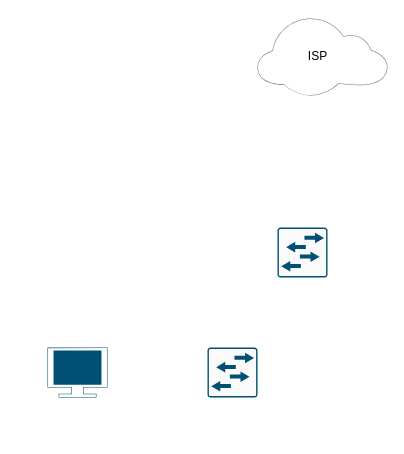
flypaper86/GB_Python_HomeWork keeps this draw.io diagram as HW2.drawio. Above is the earlier version. Source tidied: cells renumbered, new cells numbered last; positions are measured from the earlier drawing's top-left corner, leaving out a move shared by most shapes. Both pictures are drawn from the tidied source at 100%, with x=0, y=0 at pixel (47, 17).
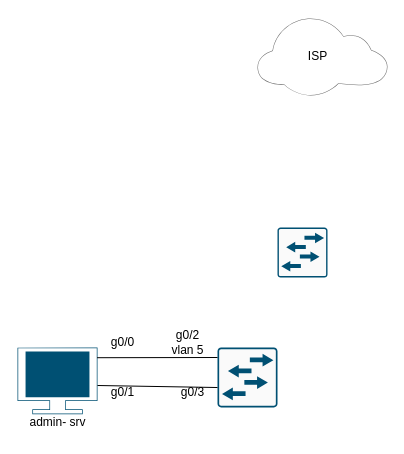
The same diagram, later.

What changed in the source:
```diff
@@
 <mxGraphModel>
   <root>
     <mxCell id="0" />
     <mxCell id="1" parent="0" />
     <mxCell id="2" style="sketch=0;verticalLabelPosition=bottom;html=1;verticalAlign=top;align=center;shape=mxgraph.cisco19.rect;prIcon=l2_switch;fillColor=#FAFAFA;strokeColor=#005073;" parent="1" vertex="1">
       <mxGeometry x="230" y="210" width="50" height="50" as="geometry" />
     </mxCell>
     <mxCell id="3" style="sketch=0;points=[[0.015,0.015,0],[0.985,0.015,0],[0.985,0.985,0],[0.015,0.985,0],[0.25,0,0],[0.5,0,0],[0.75,0,0],[1,0.25,0],[1,0.5,0],[1,0.75,0],[0.75,1,0],[0.5,1,0],[0.25,1,0],[0,0.75,0],[0,0.5,0],[0,0.25,0]];verticalLabelPosition=bottom;html=1;verticalAlign=top;align=center;shape=mxgraph.cisco19.rect;prIcon=l2_switch;fillColor=#FAFAFA;strokeColor=#005073;" parent="1" vertex="1">
-      <mxGeometry x="160" y="330" width="50" height="50" as="geometry" />
+      <mxGeometry x="170" y="330" width="60" height="60" as="geometry" />
     </mxCell>
     <mxCell id="4" style="points=[[0,0,0],[0.25,0,0],[0.5,0,0],[0.75,0,0],[1,0,0],[1,0.4,0],[1,0.8,0],[0.815,1,0],[0.5,1,0],[0.185,1,0],[0,0.8,0],[0,0.4,0]];verticalLabelPosition=bottom;sketch=0;html=1;verticalAlign=top;align=center;shape=mxgraph.cisco19.hdtv;fillColor=#005073;strokeColor=none;" parent="1" vertex="1">
-      <mxGeometry y="330" width="60" height="50" as="geometry" />
+      <mxGeometry x="-30" y="330" width="80" height="66.7" as="geometry" />
     </mxCell>
     <mxCell id="5" style="verticalLabelPosition=bottom;sketch=0;html=1;verticalAlign=top;align=center;shape=mxgraph.cisco19.cloud;fillColor=#6B6B6B;strokeColor=none;" parent="1" vertex="1">
       <mxGeometry x="210" width="130" height="78" as="geometry" />
     </mxCell>
     <mxCell id="6" value="ISP" style="text;html=1;align=center;verticalAlign=middle;strokeColor=none;fillColor=none;" parent="1" vertex="1">
       <mxGeometry x="250" y="24" width="40" height="30" as="geometry" />
     </mxCell>
+    <mxCell id="7" style="endArrow=none;html=1;rounded=0;exitX=0.995;exitY=0.153;exitDx=0;exitDy=0;exitPerimeter=0;" parent="1" edge="1" source="4">
+      <mxGeometry relative="1" as="geometry">
+        <mxPoint x="170" y="340" as="targetPoint" />
+      </mxGeometry>
+    </mxCell>
+    <mxCell id="8" style="endArrow=none;html=1;rounded=0;entryX=0;entryY=0.667;entryDx=0;entryDy=0;entryPerimeter=0;" parent="1" edge="1" target="3">
+      <mxGeometry relative="1" as="geometry">
+        <mxPoint x="50" y="368" as="sourcePoint" />
+      </mxGeometry>
+    </mxCell>
+    <mxCell id="9" value="g0/0" style="text;html=1;align=center;verticalAlign=middle;strokeColor=none;fillColor=none;" parent="1" vertex="1">
+      <mxGeometry x="50" y="310" width="50" height="30" as="geometry" />
+    </mxCell>
+    <mxCell id="10" value="admin- srv" style="text;html=1;align=center;verticalAlign=middle;strokeColor=none;fillColor=none;" parent="1" vertex="1">
+      <mxGeometry x="-30" y="390" width="80" height="30" as="geometry" />
+    </mxCell>
+    <mxCell id="11" value="g0/1" style="text;html=1;align=center;verticalAlign=middle;strokeColor=none;fillColor=none;" parent="1" vertex="1">
+      <mxGeometry x="50" y="360" width="50" height="30" as="geometry" />
+    </mxCell>
+    <mxCell id="12" value="g0/2&lt;br&gt;vlan 5" style="text;html=1;align=center;verticalAlign=middle;strokeColor=none;fillColor=none;" parent="1" vertex="1">
+      <mxGeometry x="110" y="305" width="60" height="40" as="geometry" />
+    </mxCell>
+    <mxCell id="13" value="g0/3" style="text;html=1;align=center;verticalAlign=middle;strokeColor=none;fillColor=none;" parent="1" vertex="1">
+      <mxGeometry x="120" y="360" width="50" height="30" as="geometry" />
+    </mxCell>
   </root>
 </mxGraphModel>
```
